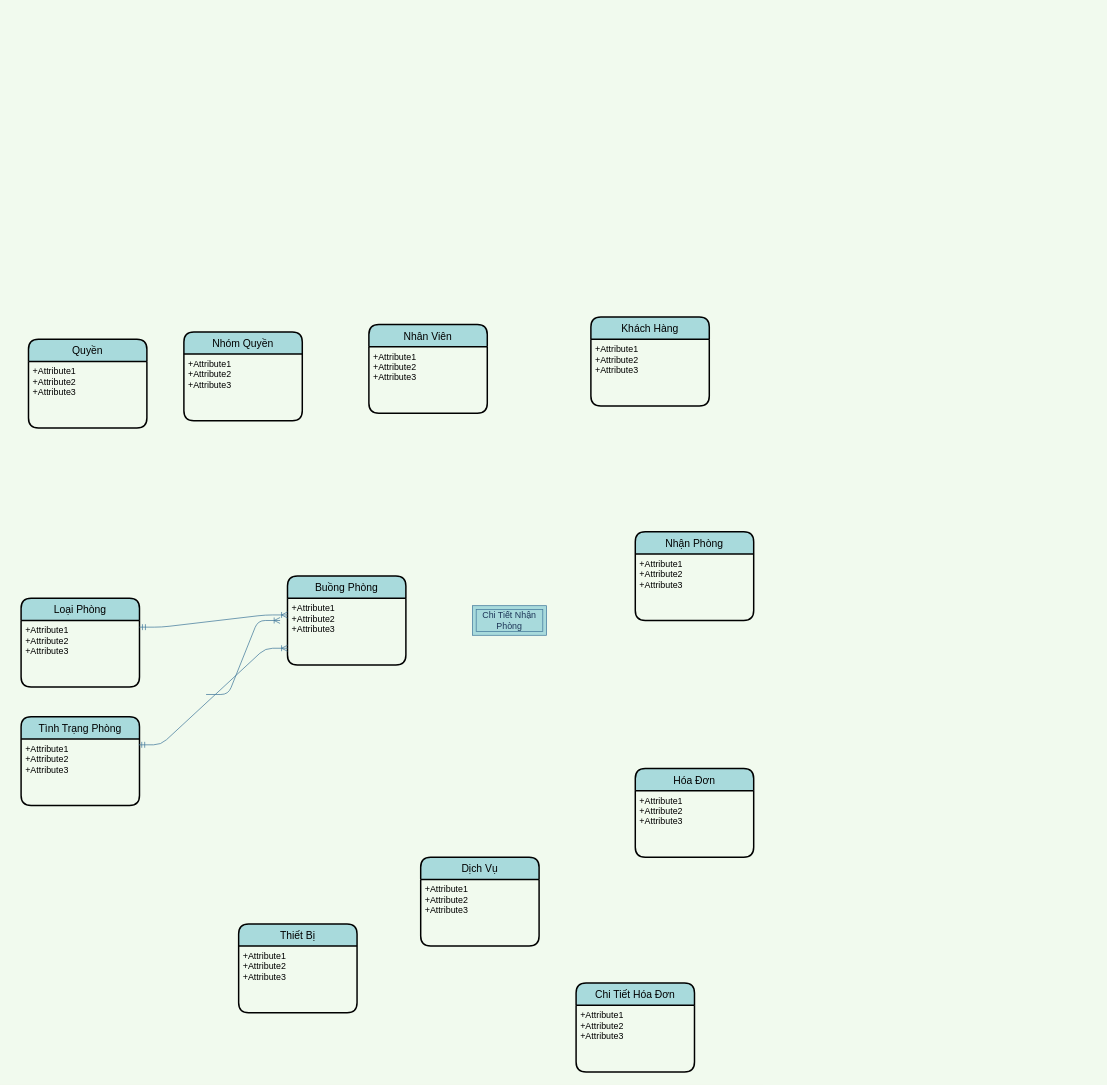
Earlier version of the draw.io diagram Untitled Diagram.drawio (maialino123/QLKS). Source tidied: cells renumbered, new cells numbered last; positions are measured from the earlier drawing's top-left corner, leaving out a move shared by most shapes. Both pictures are drawn from the tidied source at 74%, with x=0, y=0 at pixel (21, 317).
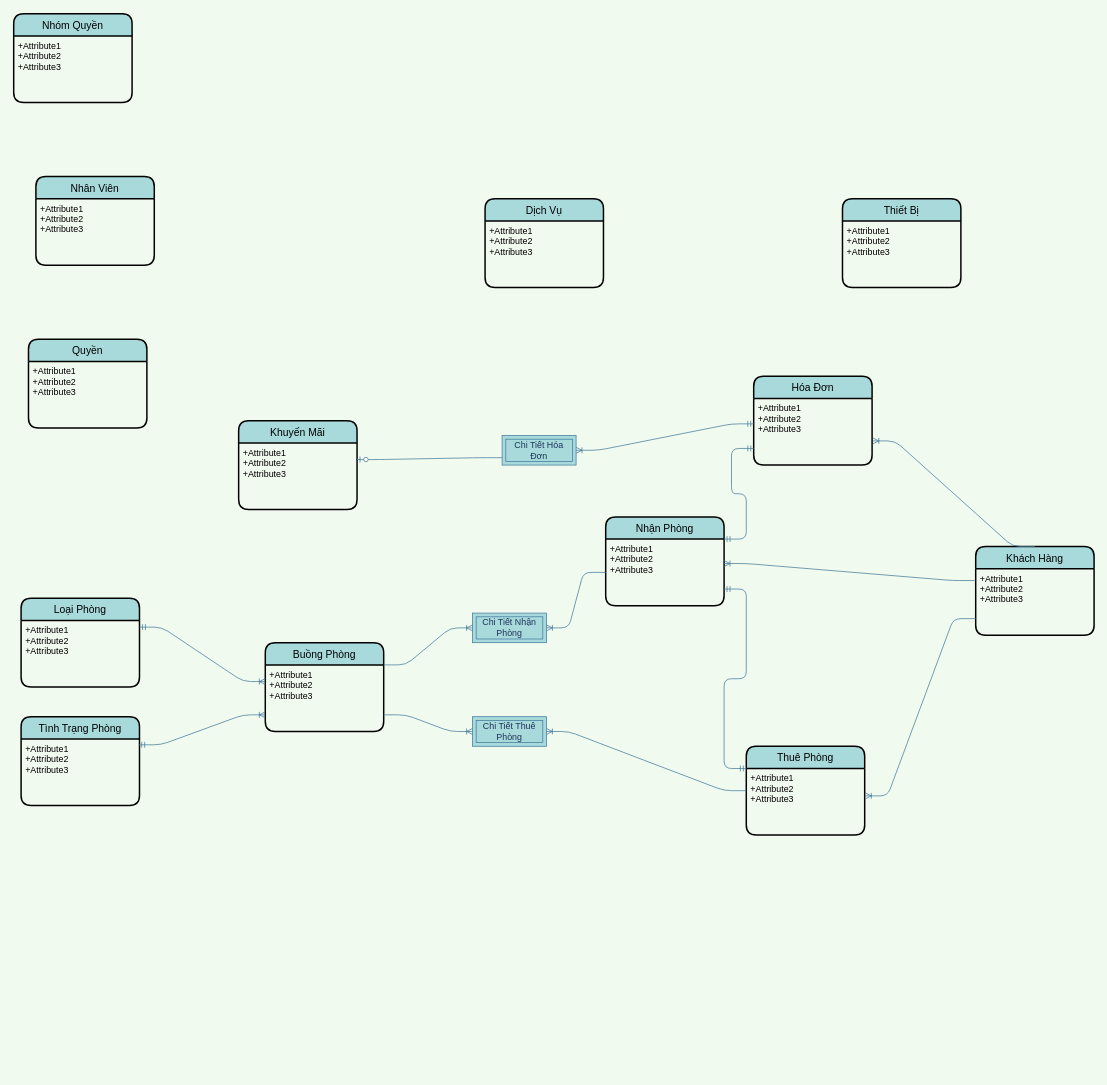
After the change.

The change refers to these unchanged cells:
```xml
<mxCell id="3" value="+Attribute1&#10;+Attribute2&#10;+Attribute3" style="align=left;strokeColor=none;fillColor=none;spacingLeft=4;fontSize=12;verticalAlign=top;" parent="2" vertex="1">
  <mxGeometry y="30" width="160" height="90" as="geometry" />
</mxCell>
<mxCell id="5" value="+Attribute1&#10;+Attribute2&#10;+Attribute3" style="align=left;strokeColor=none;fillColor=none;spacingLeft=4;fontSize=12;verticalAlign=top;" parent="4" vertex="1">
  <mxGeometry y="30" width="160" height="90" as="geometry" />
</mxCell>
<mxCell id="11" value="+Attribute1&#10;+Attribute2&#10;+Attribute3" style="align=left;strokeColor=none;fillColor=none;spacingLeft=4;fontSize=12;verticalAlign=top;" parent="10" vertex="1">
  <mxGeometry y="30" width="160" height="90" as="geometry" />
</mxCell>
<mxCell id="19" value="+Attribute1&#10;+Attribute2&#10;+Attribute3" style="align=left;strokeColor=none;fillColor=none;spacingLeft=4;fontSize=12;verticalAlign=top;" parent="18" vertex="1">
  <mxGeometry y="30" width="160" height="90" as="geometry" />
</mxCell>
```

The edit, as a diff of the source:
```diff
@@
     <mxCell id="2" value="Khách Hàng" style="swimlane;horizontal=1;startSize=30;rounded=1;fontSize=14;fontStyle=0;strokeWidth=2;shadow=0;dashed=0;align=center;fillColor=#A8DADC;" parent="1" vertex="1">
-      <mxGeometry x="770" width="160" height="120" as="geometry" />
+      <mxGeometry x="1290" y="310" width="160" height="120" as="geometry" />
     </mxCell>
@@
     <mxCell id="4" value="Buồng Phòng" style="swimlane;horizontal=1;startSize=30;rounded=1;fontSize=14;fontStyle=0;strokeWidth=2;shadow=0;dashed=0;align=center;fillColor=#A8DADC;" parent="1" vertex="1">
-      <mxGeometry x="360" y="350" width="160" height="120" as="geometry" />
+      <mxGeometry x="330" y="440" width="160" height="120" as="geometry" />
     </mxCell>
@@
     <mxCell id="6" value="Nhân Viên" style="swimlane;horizontal=1;startSize=30;rounded=1;fontSize=14;fontStyle=0;strokeWidth=2;shadow=0;dashed=0;align=center;fillColor=#A8DADC;" parent="1" vertex="1">
-      <mxGeometry x="470" y="10" width="160" height="120" as="geometry" />
+      <mxGeometry x="20" y="-190" width="160" height="120" as="geometry" />
     </mxCell>
@@
     <mxCell id="10" value="Hóa Đơn" style="swimlane;horizontal=1;startSize=30;rounded=1;fontSize=14;fontStyle=0;strokeWidth=2;shadow=0;dashed=0;align=center;fillColor=#A8DADC;" parent="1" vertex="1">
-      <mxGeometry x="830" y="610" width="160" height="120" as="geometry" />
+      <mxGeometry x="990" y="80" width="160" height="120" as="geometry" />
     </mxCell>
@@
-    <mxCell id="12" value="Chi Tiết Hóa Đơn" style="swimlane;horizontal=1;startSize=30;rounded=1;fontSize=14;fontStyle=0;strokeWidth=2;shadow=0;dashed=0;align=center;fillColor=#A8DADC;" parent="1" vertex="1">
-      <mxGeometry x="750" y="900" width="160" height="120" as="geometry" />
-    </mxCell>
-    <mxCell id="13" value="+Attribute1&#10;+Attribute2&#10;+Attribute3" style="align=left;strokeColor=none;fillColor=none;spacingLeft=4;fontSize=12;verticalAlign=top;" parent="12" vertex="1">
-      <mxGeometry y="30" width="160" height="90" as="geometry" />
-    </mxCell>
     <mxCell id="14" value="Nhóm Quyền" style="swimlane;horizontal=1;startSize=30;rounded=1;fontSize=14;fontStyle=0;strokeWidth=2;shadow=0;dashed=0;align=center;fillColor=#A8DADC;" parent="1" vertex="1">
-      <mxGeometry x="220" y="20" width="160" height="120" as="geometry" />
+      <mxGeometry x="-10" y="-410" width="160" height="120" as="geometry" />
     </mxCell>
@@
     <mxCell id="18" value="Nhận Phòng" style="swimlane;horizontal=1;startSize=30;rounded=1;fontSize=14;fontStyle=0;strokeWidth=2;shadow=0;dashed=0;align=center;fillColor=#A8DADC;" parent="1" vertex="1">
-      <mxGeometry x="830" y="290" width="160" height="120" as="geometry" />
+      <mxGeometry x="790" y="270" width="160" height="120" as="geometry" />
     </mxCell>
@@
     <mxCell id="20" value="Thiết Bị" style="swimlane;horizontal=1;startSize=30;rounded=1;fontSize=14;fontStyle=0;strokeWidth=2;shadow=0;dashed=0;align=center;fillColor=#A8DADC;" parent="1" vertex="1">
-      <mxGeometry x="294" y="820" width="160" height="120" as="geometry" />
+      <mxGeometry x="1110" y="-160" width="160" height="120" as="geometry" />
     </mxCell>
@@
     <mxCell id="22" value="Dịch Vụ" style="swimlane;horizontal=1;startSize=30;rounded=1;fontSize=14;fontStyle=0;strokeWidth=2;shadow=0;dashed=0;align=center;fillColor=#A8DADC;" parent="1" vertex="1">
-      <mxGeometry x="540" y="730" width="160" height="120" as="geometry" />
+      <mxGeometry x="627" y="-160" width="160" height="120" as="geometry" />
     </mxCell>
@@
-    <mxCell id="28" style="edgeStyle=entityRelationEdgeStyle;fontSize=12;html=1;endArrow=ERoneToMany;strokeColor=#457B9D;fillColor=#A8DADC;" parent="1" edge="1">
-      <mxGeometry relative="1" as="geometry">
-        <mxPoint x="250" y="510" as="sourcePoint" />
-        <mxPoint x="350" y="410" as="targetPoint" />
-      </mxGeometry>
+    <mxCell id="28" style="edgeStyle=entityRelationEdgeStyle;fontSize=12;html=1;endArrow=ERoneToMany;strokeColor=#457B9D;fillColor=#A8DADC;entryX=1;entryY=0.5;entryDx=0;entryDy=0;" parent="1" edge="1" source="19" target="29">
+      <mxGeometry relative="1" as="geometry" />
     </mxCell>
     <mxCell id="29" value="Chi Tiết Nhận Phòng" style="shape=ext;margin=3;double=1;whiteSpace=wrap;html=1;align=center;strokeColor=#457B9D;fillColor=#A8DADC;fontColor=#1D3557;" parent="1" vertex="1">
-      <mxGeometry x="610" y="390" width="100" height="40" as="geometry" />
+      <mxGeometry x="610" y="400" width="100" height="40" as="geometry" />
     </mxCell>
+    <mxCell id="30" style="edgeStyle=entityRelationEdgeStyle;fontSize=12;html=1;endArrow=ERoneToMany;strokeColor=#457B9D;fillColor=#A8DADC;entryX=0;entryY=0.5;entryDx=0;entryDy=0;exitX=1;exitY=0;exitDx=0;exitDy=0;" parent="1" edge="1" source="5" target="29">
+      <mxGeometry relative="1" as="geometry" />
+    </mxCell>
+    <mxCell id="31" value="Thuê Phòng" style="swimlane;horizontal=1;startSize=30;rounded=1;fontSize=14;fontStyle=0;strokeWidth=2;shadow=0;dashed=0;align=center;fillColor=#A8DADC;" parent="1" vertex="1">
+      <mxGeometry x="980" y="580" width="160" height="120" as="geometry" />
+    </mxCell>
+    <mxCell id="32" value="+Attribute1&#10;+Attribute2&#10;+Attribute3" style="align=left;strokeColor=none;fillColor=none;spacingLeft=4;fontSize=12;verticalAlign=top;" parent="31" vertex="1">
+      <mxGeometry y="30" width="160" height="90" as="geometry" />
+    </mxCell>
+    <mxCell id="33" style="edgeStyle=entityRelationEdgeStyle;fontSize=12;html=1;endArrow=ERoneToMany;strokeColor=#457B9D;fillColor=#A8DADC;exitX=0;exitY=0.5;exitDx=0;exitDy=0;" parent="1" edge="1" source="31" target="34">
+      <mxGeometry relative="1" as="geometry" />
+    </mxCell>
+    <mxCell id="34" value="Chi Tiết Thuê Phòng" style="shape=ext;margin=3;double=1;whiteSpace=wrap;html=1;align=center;strokeColor=#457B9D;fillColor=#A8DADC;fontColor=#1D3557;" parent="1" vertex="1">
+      <mxGeometry x="610" y="540" width="100" height="40" as="geometry" />
+    </mxCell>
+    <mxCell id="35" style="edgeStyle=entityRelationEdgeStyle;fontSize=12;html=1;endArrow=ERoneToMany;strokeColor=#457B9D;fillColor=#A8DADC;exitX=1;exitY=0.75;exitDx=0;exitDy=0;entryX=0;entryY=0.5;entryDx=0;entryDy=0;" parent="1" edge="1" source="5" target="34">
+      <mxGeometry relative="1" as="geometry" />
+    </mxCell>
+    <mxCell id="36" style="edgeStyle=entityRelationEdgeStyle;fontSize=12;html=1;endArrow=ERoneToMany;strokeColor=#457B9D;fillColor=#A8DADC;entryX=1.006;entryY=0.411;entryDx=0;entryDy=0;entryPerimeter=0;exitX=0;exitY=0.75;exitDx=0;exitDy=0;" parent="1" edge="1" source="3" target="32">
+      <mxGeometry relative="1" as="geometry" />
+    </mxCell>
+    <mxCell id="37" style="edgeStyle=entityRelationEdgeStyle;fontSize=12;html=1;endArrow=ERoneToMany;strokeColor=#457B9D;fillColor=#A8DADC;entryX=1;entryY=0.367;entryDx=0;entryDy=0;entryPerimeter=0;exitX=-0.009;exitY=0.178;exitDx=0;exitDy=0;exitPerimeter=0;" parent="1" edge="1" source="3" target="19">
+      <mxGeometry relative="1" as="geometry" />
+    </mxCell>
+    <mxCell id="38" style="edgeStyle=entityRelationEdgeStyle;fontSize=12;html=1;endArrow=ERmandOne;startArrow=ERmandOne;strokeColor=#457B9D;fillColor=#A8DADC;entryX=1;entryY=0.75;entryDx=0;entryDy=0;exitX=0;exitY=0;exitDx=0;exitDy=0;" parent="1" edge="1" source="32" target="19">
+      <mxGeometry relative="1" as="geometry" />
+    </mxCell>
+    <mxCell id="39" style="edgeStyle=entityRelationEdgeStyle;fontSize=12;html=1;endArrow=ERoneToMany;strokeColor=#457B9D;fillColor=#A8DADC;exitX=0.5;exitY=0;exitDx=0;exitDy=0;entryX=1.007;entryY=0.637;entryDx=0;entryDy=0;entryPerimeter=0;" parent="1" edge="1" source="2" target="11">
+      <mxGeometry relative="1" as="geometry" />
+    </mxCell>
+    <mxCell id="40" style="edgeStyle=entityRelationEdgeStyle;fontSize=12;html=1;endArrow=ERmandOne;startArrow=ERmandOne;strokeColor=#457B9D;fillColor=#A8DADC;entryX=0;entryY=0.75;entryDx=0;entryDy=0;exitX=1;exitY=0;exitDx=0;exitDy=0;" parent="1" edge="1" source="19" target="11">
+      <mxGeometry relative="1" as="geometry" />
+    </mxCell>
+    <mxCell id="12" value="Chi Tiết Hóa Đơn" style="shape=ext;margin=3;double=1;whiteSpace=wrap;html=1;align=center;strokeColor=#457B9D;fillColor=#A8DADC;fontColor=#1D3557;" parent="1" vertex="1">
+      <mxGeometry x="650" y="160" width="100" height="40" as="geometry" />
+    </mxCell>
+    <mxCell id="41" style="edgeStyle=entityRelationEdgeStyle;fontSize=12;html=1;endArrow=ERoneToMany;startArrow=ERmandOne;strokeColor=#457B9D;fillColor=#A8DADC;exitX=0;exitY=0.381;exitDx=0;exitDy=0;exitPerimeter=0;entryX=1;entryY=0.5;entryDx=0;entryDy=0;" parent="1" edge="1" source="11" target="12">
+      <mxGeometry relative="1" as="geometry" />
+    </mxCell>
+    <mxCell id="42" value="Khuyến Mãi" style="swimlane;horizontal=1;startSize=30;rounded=1;fontSize=14;fontStyle=0;strokeWidth=2;shadow=0;dashed=0;align=center;fillColor=#A8DADC;" parent="1" vertex="1">
+      <mxGeometry x="294" y="140" width="160" height="120" as="geometry" />
+    </mxCell>
+    <mxCell id="43" value="+Attribute1&#10;+Attribute2&#10;+Attribute3" style="align=left;strokeColor=none;fillColor=none;spacingLeft=4;fontSize=12;verticalAlign=top;" parent="42" vertex="1">
+      <mxGeometry y="30" width="160" height="90" as="geometry" />
+    </mxCell>
+    <mxCell id="44" style="edgeStyle=entityRelationEdgeStyle;fontSize=12;html=1;endArrow=ERzeroToOne;endFill=1;strokeColor=#457B9D;fillColor=#A8DADC;entryX=1;entryY=0.25;entryDx=0;entryDy=0;exitX=0;exitY=0.75;exitDx=0;exitDy=0;" parent="1" edge="1" source="12" target="43">
+      <mxGeometry relative="1" as="geometry" />
+    </mxCell>
```
